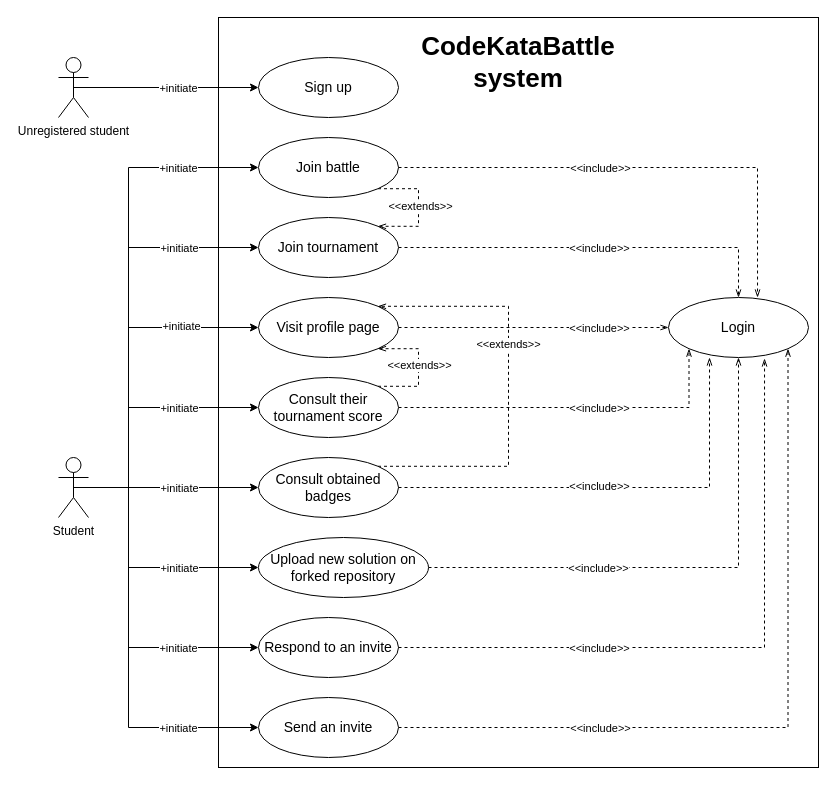
This is RASDwip/ExtraFiles/Drawio/Case/CaseDiagramStudent.drawio from francescospangaro/SpangaroTosettiRiccardi, a draw.io file, before an edit. Source tidied: cells renumbered, new cells numbered last; positions are measured from the earlier drawing's top-left corner, leaving out a move shared by most shapes. Both pictures are drawn from the tidied source at 100%, with x=0, y=0 at pixel (58, 17).
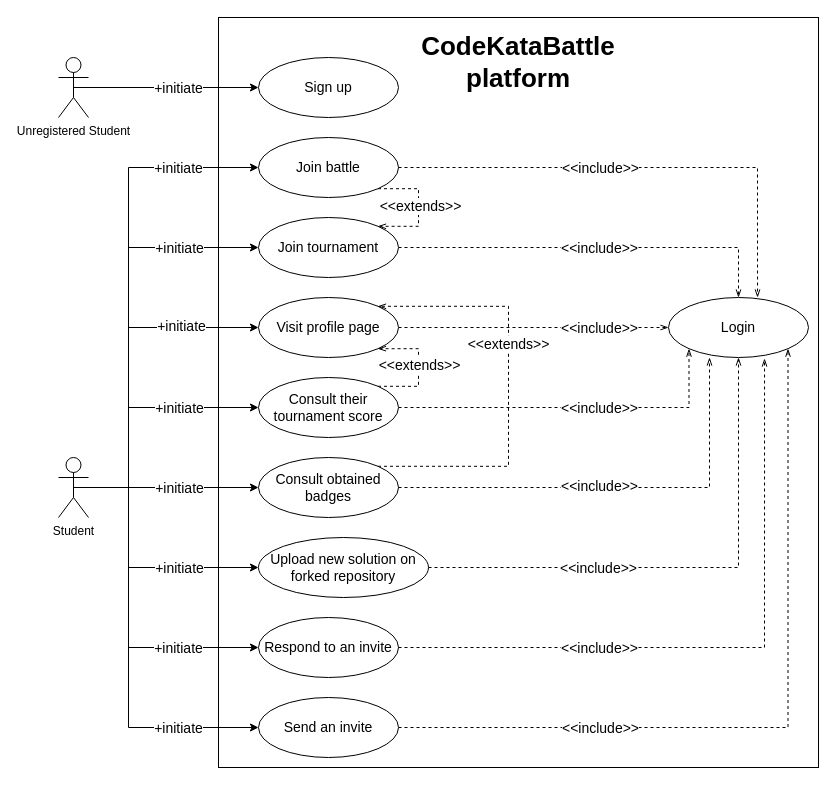
Above is the later version.

The change refers to these unchanged cells:
```xml
<mxCell id="5" style="edgeStyle=orthogonalEdgeStyle;rounded=0;jettySize=auto;html=1;exitX=1;exitY=1;exitDx=0;exitDy=0;entryX=1;entryY=0;entryDx=0;entryDy=0;dashed=1;endArrow=openThin;endFill=0;" parent="1" edge="1" source="7" target="10">
  <mxGeometry relative="1" as="geometry">
    <Array as="points">
      <mxPoint x="360" y="171" />
      <mxPoint x="360" y="209" />
    </Array>
  </mxGeometry>
</mxCell>
<mxCell id="8" style="edgeStyle=orthogonalEdgeStyle;rounded=0;jettySize=auto;html=1;exitX=1;exitY=0.5;exitDx=0;exitDy=0;entryX=0.5;entryY=0;entryDx=0;entryDy=0;dashed=1;endArrow=openThin;endFill=0;" parent="1" edge="1" source="10" target="49">
  <mxGeometry relative="1" as="geometry" />
</mxCell>
<mxCell id="11" style="edgeStyle=orthogonalEdgeStyle;rounded=0;jettySize=auto;html=1;exitX=1;exitY=0.5;exitDx=0;exitDy=0;entryX=0;entryY=0.5;entryDx=0;entryDy=0;dashed=1;endArrow=openThin;endFill=0;" parent="1" edge="1" source="13" target="49">
  <mxGeometry relative="1" as="geometry" />
</mxCell>
<mxCell id="14" style="edgeStyle=orthogonalEdgeStyle;rounded=0;jettySize=auto;html=1;exitX=1;exitY=0.5;exitDx=0;exitDy=0;entryX=0;entryY=1;entryDx=0;entryDy=0;dashed=1;endArrow=openThin;endFill=0;" parent="1" edge="1" source="18" target="49">
  <mxGeometry relative="1" as="geometry" />
</mxCell>
<mxCell id="16" style="edgeStyle=orthogonalEdgeStyle;rounded=0;jettySize=auto;html=1;exitX=1;exitY=0;exitDx=0;exitDy=0;entryX=1;entryY=1;entryDx=0;entryDy=0;dashed=1;endArrow=openThin;endFill=0;" parent="1" edge="1" source="18" target="13">
  <mxGeometry relative="1" as="geometry">
    <Array as="points">
      <mxPoint x="360" y="369" />
      <mxPoint x="360" y="331" />
    </Array>
  </mxGeometry>
</mxCell>
<mxCell id="19" style="edgeStyle=orthogonalEdgeStyle;rounded=0;jettySize=auto;html=1;exitX=1;exitY=0;exitDx=0;exitDy=0;entryX=1;entryY=0;entryDx=0;entryDy=0;dashed=1;endArrow=openThin;endFill=0;" parent="1" edge="1" source="21" target="13">
  <mxGeometry relative="1" as="geometry">
    <Array as="points">
      <mxPoint x="450" y="449" />
      <mxPoint x="450" y="289" />
    </Array>
  </mxGeometry>
</mxCell>
<mxCell id="22" style="edgeStyle=orthogonalEdgeStyle;rounded=0;jettySize=auto;html=1;exitX=1;exitY=0.5;exitDx=0;exitDy=0;entryX=0.5;entryY=1;entryDx=0;entryDy=0;dashed=1;endArrow=openThin;endFill=0;" parent="1" edge="1" source="24" target="49">
  <mxGeometry relative="1" as="geometry" />
</mxCell>
<mxCell id="26" style="edgeStyle=orthogonalEdgeStyle;rounded=0;jettySize=auto;html=1;exitX=1;exitY=0.5;exitDx=0;exitDy=0;entryX=1;entryY=1;entryDx=0;entryDy=0;dashed=1;endArrow=openThin;endFill=0;" parent="1" edge="1" source="28" target="49">
  <mxGeometry relative="1" as="geometry" />
</mxCell>
<mxCell id="29" style="edgeStyle=orthogonalEdgeStyle;rounded=0;jettySize=auto;html=1;exitX=0.5;exitY=0.5;exitDx=0;exitDy=0;exitPerimeter=0;entryX=0;entryY=0.5;entryDx=0;entryDy=0;" parent="1" edge="1" source="45" target="21">
  <mxGeometry relative="1" as="geometry" />
</mxCell>
<mxCell id="31" style="edgeStyle=orthogonalEdgeStyle;rounded=0;jettySize=auto;html=1;exitX=0.5;exitY=0.5;exitDx=0;exitDy=0;exitPerimeter=0;entryX=0;entryY=0.5;entryDx=0;entryDy=0;" parent="1" edge="1" source="45" target="18">
  <mxGeometry relative="1" as="geometry">
    <Array as="points">
      <mxPoint x="70" y="470" />
      <mxPoint x="70" y="390" />
    </Array>
  </mxGeometry>
</mxCell>
<mxCell id="33" style="edgeStyle=orthogonalEdgeStyle;rounded=0;jettySize=auto;html=1;exitX=0.5;exitY=0.5;exitDx=0;exitDy=0;exitPerimeter=0;entryX=0;entryY=0.5;entryDx=0;entryDy=0;" parent="1" edge="1" source="45" target="13">
  <mxGeometry relative="1" as="geometry">
    <Array as="points">
      <mxPoint x="70" y="470" />
      <mxPoint x="70" y="310" />
    </Array>
  </mxGeometry>
</mxCell>
<mxCell id="35" style="edgeStyle=orthogonalEdgeStyle;rounded=0;jettySize=auto;html=1;exitX=0.5;exitY=0.5;exitDx=0;exitDy=0;exitPerimeter=0;entryX=0;entryY=0.5;entryDx=0;entryDy=0;" parent="1" edge="1" source="45" target="10">
  <mxGeometry relative="1" as="geometry">
    <Array as="points">
      <mxPoint x="70" y="470" />
      <mxPoint x="70" y="230" />
    </Array>
  </mxGeometry>
</mxCell>
<mxCell id="37" style="edgeStyle=orthogonalEdgeStyle;rounded=0;jettySize=auto;html=1;exitX=0.5;exitY=0.5;exitDx=0;exitDy=0;exitPerimeter=0;entryX=0;entryY=0.5;entryDx=0;entryDy=0;" parent="1" edge="1" source="45" target="7">
  <mxGeometry relative="1" as="geometry">
    <Array as="points">
      <mxPoint x="70" y="470" />
      <mxPoint x="70" y="150" />
    </Array>
  </mxGeometry>
</mxCell>
<mxCell id="39" style="edgeStyle=orthogonalEdgeStyle;rounded=0;jettySize=auto;html=1;exitX=0.5;exitY=0.5;exitDx=0;exitDy=0;exitPerimeter=0;entryX=0;entryY=0.5;entryDx=0;entryDy=0;" parent="1" edge="1" source="45" target="25">
  <mxGeometry relative="1" as="geometry">
    <Array as="points">
      <mxPoint x="70" y="470" />
      <mxPoint x="70" y="630" />
    </Array>
  </mxGeometry>
</mxCell>
<mxCell id="41" style="edgeStyle=orthogonalEdgeStyle;rounded=0;jettySize=auto;html=1;exitX=0.5;exitY=0.5;exitDx=0;exitDy=0;exitPerimeter=0;entryX=0;entryY=0.5;entryDx=0;entryDy=0;" parent="1" edge="1" source="45" target="24">
  <mxGeometry relative="1" as="geometry">
    <Array as="points">
      <mxPoint x="70" y="470" />
      <mxPoint x="70" y="550" />
    </Array>
  </mxGeometry>
</mxCell>
<mxCell id="43" style="edgeStyle=orthogonalEdgeStyle;rounded=0;jettySize=auto;html=1;exitX=0.5;exitY=0.5;exitDx=0;exitDy=0;exitPerimeter=0;entryX=0;entryY=0.5;entryDx=0;entryDy=0;" parent="1" edge="1" source="45" target="28">
  <mxGeometry relative="1" as="geometry">
    <Array as="points">
      <mxPoint x="70" y="470" />
      <mxPoint x="70" y="710" />
    </Array>
  </mxGeometry>
</mxCell>
<mxCell id="46" style="edgeStyle=orthogonalEdgeStyle;rounded=0;jettySize=auto;html=1;exitX=0.5;exitY=0.5;exitDx=0;exitDy=0;exitPerimeter=0;entryX=0;entryY=0.5;entryDx=0;entryDy=0;" parent="1" edge="1" source="48" target="4">
  <mxGeometry relative="1" as="geometry" />
</mxCell>
<mxCell id="50" style="edgeStyle=orthogonalEdgeStyle;rounded=0;jettySize=auto;html=1;exitX=1;exitY=0.5;exitDx=0;exitDy=0;entryX=0.636;entryY=0;entryDx=0;entryDy=0;entryPerimeter=0;dashed=1;endArrow=openThin;endFill=0;" parent="1" edge="1" source="7" target="49">
  <mxGeometry relative="1" as="geometry" />
</mxCell>
<mxCell id="52" style="edgeStyle=orthogonalEdgeStyle;rounded=0;jettySize=auto;html=1;exitX=1;exitY=0.5;exitDx=0;exitDy=0;entryX=0.293;entryY=1;entryDx=0;entryDy=0;entryPerimeter=0;dashed=1;endArrow=openThin;endFill=0;" parent="1" edge="1" source="21" target="49">
  <mxGeometry relative="1" as="geometry" />
</mxCell>
<mxCell id="54" style="edgeStyle=orthogonalEdgeStyle;rounded=0;jettySize=auto;html=1;exitX=1;exitY=0.5;exitDx=0;exitDy=0;entryX=0.686;entryY=1.017;entryDx=0;entryDy=0;entryPerimeter=0;dashed=1;endArrow=openThin;endFill=0;" parent="1" edge="1" source="25" target="49">
  <mxGeometry relative="1" as="geometry" />
</mxCell>
```

Change to the diagram source:
```diff
@@
-    <mxCell id="3" value="CodeKataBattle system" style="text;html=1;strokeColor=none;fillColor=none;align=center;verticalAlign=middle;whiteSpace=wrap;rounded=0;fontSize=26;fontStyle=1;" parent="1" vertex="1">
+    <mxCell id="3" value="CodeKataBattle platform" style="text;html=1;strokeColor=none;fillColor=none;align=center;verticalAlign=middle;whiteSpace=wrap;rounded=0;fontSize=26;fontStyle=1;" parent="1" vertex="1">
       <mxGeometry x="430" y="30" width="60" height="30" as="geometry" />
     </mxCell>
@@
-    <mxCell id="6" value="&amp;lt;&amp;lt;extends&amp;gt;&amp;gt;" style="edgeLabel;html=1;align=center;verticalAlign=middle;" parent="5" vertex="1">
+    <mxCell id="6" value="&amp;lt;&amp;lt;extends&amp;gt;&amp;gt;" style="edgeLabel;html=1;align=center;verticalAlign=middle;fontSize=14;" parent="5" vertex="1">
       <mxGeometry x="-0.02" y="1" relative="1" as="geometry" />
     </mxCell>
@@
-    <mxCell id="9" value="&amp;lt;&amp;lt;include&amp;gt;&amp;gt;" style="edgeLabel;html=1;align=center;verticalAlign=middle;" parent="8" vertex="1">
+    <mxCell id="9" value="&amp;lt;&amp;lt;include&amp;gt;&amp;gt;" style="edgeLabel;html=1;align=center;verticalAlign=middle;fontSize=14;" parent="8" vertex="1">
       <mxGeometry x="0.15" relative="1" as="geometry">
         <mxPoint x="-24" as="offset" />
       </mxGeometry>
     </mxCell>
@@
-    <mxCell id="12" value="&amp;lt;&amp;lt;include&amp;gt;&amp;gt;" style="edgeLabel;html=1;align=center;verticalAlign=middle;" parent="11" vertex="1">
+    <mxCell id="12" value="&amp;lt;&amp;lt;include&amp;gt;&amp;gt;" style="edgeLabel;html=1;align=center;verticalAlign=middle;fontSize=14;" parent="11" vertex="1">
       <mxGeometry x="0.52" relative="1" as="geometry">
         <mxPoint x="-5" as="offset" />
       </mxGeometry>
     </mxCell>
@@
-    <mxCell id="15" value="&amp;lt;&amp;lt;include&amp;gt;&amp;gt;" style="edgeLabel;html=1;align=center;verticalAlign=middle;" parent="14" vertex="1">
+    <mxCell id="15" value="&amp;lt;&amp;lt;include&amp;gt;&amp;gt;" style="edgeLabel;html=1;align=center;verticalAlign=middle;fontSize=14;" parent="14" vertex="1">
       <mxGeometry x="0.25" y="-1" relative="1" as="geometry">
         <mxPoint x="-18" y="-1" as="offset" />
       </mxGeometry>
     </mxCell>
@@
-    <mxCell id="17" value="&amp;lt;&amp;lt;extends&amp;gt;&amp;gt;" style="edgeLabel;html=1;align=center;verticalAlign=middle;" parent="16" vertex="1">
+    <mxCell id="17" value="&amp;lt;&amp;lt;extends&amp;gt;&amp;gt;" style="edgeLabel;html=1;align=center;verticalAlign=middle;fontSize=14;" parent="16" vertex="1">
       <mxGeometry x="0.05" relative="1" as="geometry" />
     </mxCell>
@@
-    <mxCell id="20" value="&amp;lt;&amp;lt;extends&amp;gt;&amp;gt;" style="edgeLabel;html=1;align=center;verticalAlign=middle;" parent="19" vertex="1">
+    <mxCell id="20" value="&amp;lt;&amp;lt;extends&amp;gt;&amp;gt;" style="edgeLabel;html=1;align=center;verticalAlign=middle;fontSize=14;" parent="19" vertex="1">
       <mxGeometry x="0.2" y="1" relative="1" as="geometry" />
     </mxCell>
@@
-    <mxCell id="23" value="&amp;lt;&amp;lt;include&amp;gt;&amp;gt;" style="edgeLabel;html=1;align=center;verticalAlign=middle;" parent="22" vertex="1">
+    <mxCell id="23" value="&amp;lt;&amp;lt;include&amp;gt;&amp;gt;" style="edgeLabel;html=1;align=center;verticalAlign=middle;fontSize=14;" parent="22" vertex="1">
       <mxGeometry x="-0.16" y="1" relative="1" as="geometry">
         <mxPoint x="-49" y="1" as="offset" />
       </mxGeometry>
     </mxCell>
@@
-    <mxCell id="27" value="&amp;lt;&amp;lt;include&amp;gt;&amp;gt;" style="edgeLabel;html=1;align=center;verticalAlign=middle;" parent="26" vertex="1">
+    <mxCell id="27" value="&amp;lt;&amp;lt;include&amp;gt;&amp;gt;" style="edgeLabel;html=1;align=center;verticalAlign=middle;fontSize=14;" parent="26" vertex="1">
       <mxGeometry x="-0.32" relative="1" as="geometry">
         <mxPoint x="-60" as="offset" />
       </mxGeometry>
     </mxCell>
@@
-    <mxCell id="30" value="+initiate" style="edgeLabel;html=1;align=center;verticalAlign=middle;" parent="29" vertex="1">
+    <mxCell id="30" value="+initiate" style="edgeLabel;html=1;align=center;verticalAlign=middle;fontSize=14;" parent="29" vertex="1">
       <mxGeometry x="0.19" y="2" relative="1" as="geometry">
         <mxPoint x="-5" y="2" as="offset" />
       </mxGeometry>
     </mxCell>
@@
-    <mxCell id="32" value="+initiate" style="edgeLabel;html=1;align=center;verticalAlign=middle;" parent="31" vertex="1">
+    <mxCell id="32" value="+initiate" style="edgeLabel;html=1;align=center;verticalAlign=middle;fontSize=14;" parent="31" vertex="1">
       <mxGeometry x="0.45" y="1" relative="1" as="geometry">
         <mxPoint x="-7" y="1" as="offset" />
       </mxGeometry>
     </mxCell>
@@
-    <mxCell id="34" value="+initiate" style="edgeLabel;html=1;align=center;verticalAlign=middle;" parent="33" vertex="1">
+    <mxCell id="34" value="+initiate" style="edgeLabel;html=1;align=center;verticalAlign=middle;fontSize=14;" parent="33" vertex="1">
       <mxGeometry x="0.55" y="2" relative="1" as="geometry" />
     </mxCell>
@@
-    <mxCell id="36" value="+initiate" style="edgeLabel;html=1;align=center;verticalAlign=middle;" parent="35" vertex="1">
+    <mxCell id="36" value="+initiate" style="edgeLabel;html=1;align=center;verticalAlign=middle;fontSize=14;" parent="35" vertex="1">
       <mxGeometry x="0.65" y="1" relative="1" as="geometry">
         <mxPoint x="-6" y="1" as="offset" />
       </mxGeometry>
     </mxCell>
@@
-    <mxCell id="38" value="+initiate" style="edgeLabel;html=1;align=center;verticalAlign=middle;" parent="37" vertex="1">
+    <mxCell id="38" value="+initiate" style="edgeLabel;html=1;align=center;verticalAlign=middle;fontSize=14;" parent="37" vertex="1">
       <mxGeometry x="0.75" y="-4" relative="1" as="geometry">
         <mxPoint x="-18" y="-4" as="offset" />
       </mxGeometry>
     </mxCell>
@@
-    <mxCell id="40" value="+initiate" style="edgeLabel;html=1;align=center;verticalAlign=middle;" parent="39" vertex="1">
+    <mxCell id="40" value="+initiate" style="edgeLabel;html=1;align=center;verticalAlign=middle;fontSize=14;" parent="39" vertex="1">
       <mxGeometry x="0.53" y="2" relative="1" as="geometry">
         <mxPoint y="2" as="offset" />
       </mxGeometry>
     </mxCell>
@@
-    <mxCell id="42" value="+initiate" style="edgeLabel;html=1;align=center;verticalAlign=middle;" parent="41" vertex="1">
+    <mxCell id="42" value="+initiate" style="edgeLabel;html=1;align=center;verticalAlign=middle;fontSize=14;" parent="41" vertex="1">
       <mxGeometry x="0.43" y="2" relative="1" as="geometry">
         <mxPoint x="-4" y="2" as="offset" />
       </mxGeometry>
     </mxCell>
@@
-    <mxCell id="44" value="+initiate" style="edgeLabel;html=1;align=center;verticalAlign=middle;" parent="43" vertex="1">
+    <mxCell id="44" value="+initiate" style="edgeLabel;html=1;align=center;verticalAlign=middle;fontSize=14;" parent="43" vertex="1">
       <mxGeometry x="0.6" y="-4" relative="1" as="geometry">
         <mxPoint x="4" y="-4" as="offset" />
       </mxGeometry>
     </mxCell>
@@
-    <mxCell id="47" value="+initiate" style="edgeLabel;html=1;align=center;verticalAlign=middle;" parent="46" vertex="1">
+    <mxCell id="47" value="+initiate" style="edgeLabel;html=1;align=center;verticalAlign=middle;fontSize=14;" parent="46" vertex="1">
       <mxGeometry x="0.35" y="-1" relative="1" as="geometry">
         <mxPoint x="-21" y="-1" as="offset" />
       </mxGeometry>
     </mxCell>
-    <mxCell id="48" value="Unregistered student" style="shape=umlActor;verticalLabelPosition=bottom;verticalAlign=top;html=1;outlineConnect=0;" parent="1" vertex="1">
+    <mxCell id="48" value="Unregistered Student" style="shape=umlActor;verticalLabelPosition=bottom;verticalAlign=top;html=1;outlineConnect=0;" parent="1" vertex="1">
       <mxGeometry y="40" width="30" height="60" as="geometry" />
     </mxCell>
@@
-    <mxCell id="51" value="&amp;lt;&amp;lt;include&amp;gt;&amp;gt;" style="edgeLabel;html=1;align=center;verticalAlign=middle;" parent="50" vertex="1">
+    <mxCell id="51" value="&amp;lt;&amp;lt;include&amp;gt;&amp;gt;" style="edgeLabel;html=1;align=center;verticalAlign=middle;fontSize=14;" parent="50" vertex="1">
       <mxGeometry x="-0.03" y="-1" relative="1" as="geometry">
         <mxPoint x="-36" y="-1" as="offset" />
       </mxGeometry>
     </mxCell>
@@
-    <mxCell id="53" value="&amp;lt;&amp;lt;include&amp;gt;&amp;gt;" style="edgeLabel;html=1;align=center;verticalAlign=middle;" parent="52" vertex="1">
+    <mxCell id="53" value="&amp;lt;&amp;lt;include&amp;gt;&amp;gt;" style="edgeLabel;html=1;align=center;verticalAlign=middle;fontSize=14;" parent="52" vertex="1">
       <mxGeometry x="0.07" y="2" relative="1" as="geometry">
         <mxPoint x="-36" as="offset" />
       </mxGeometry>
     </mxCell>
@@
-    <mxCell id="55" value="&amp;lt;&amp;lt;include&amp;gt;&amp;gt;" style="edgeLabel;html=1;align=center;verticalAlign=middle;" parent="54" vertex="1">
+    <mxCell id="55" value="&amp;lt;&amp;lt;include&amp;gt;&amp;gt;" style="edgeLabel;html=1;align=center;verticalAlign=middle;fontSize=14;" parent="54" vertex="1">
       <mxGeometry x="-0.23" y="2" relative="1" as="geometry">
         <mxPoint x="-52" y="2" as="offset" />
       </mxGeometry>
     </mxCell>
```
